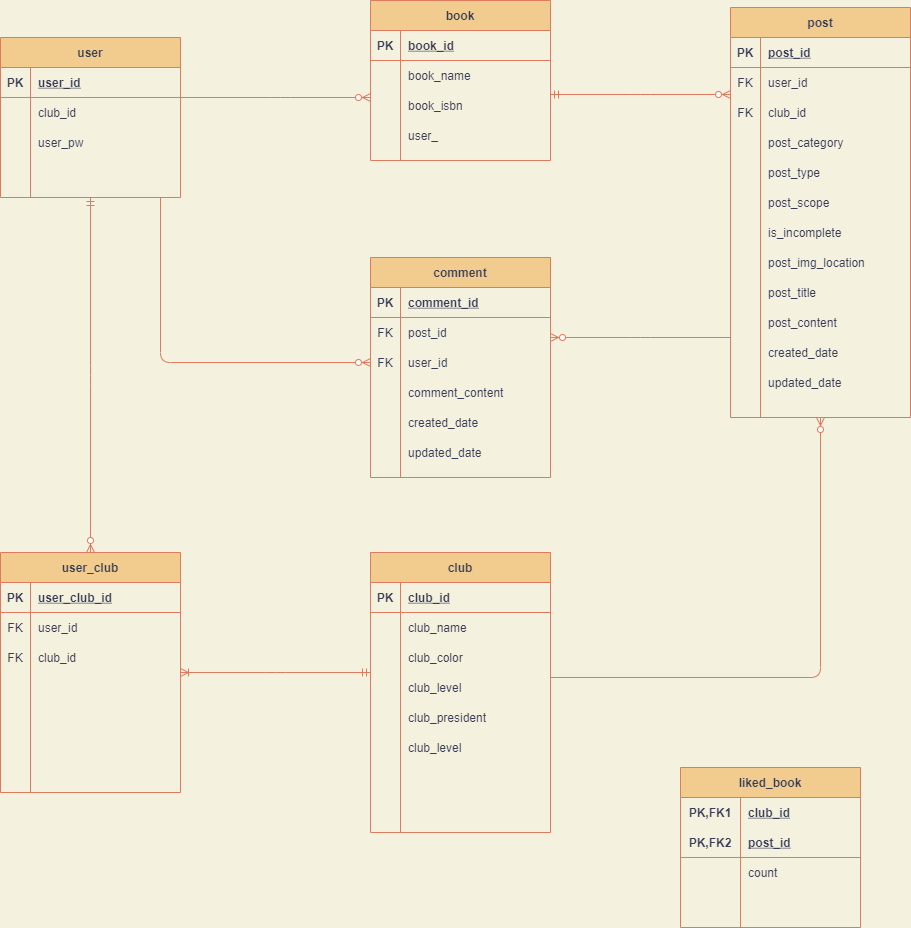
The draw.io diagram mangpo_ERD.png in CYC0227/mangpoERD, before a commit. Source tidied: cells renumbered, new cells last; positions are measured from the earlier drawing's top-left corner, leaving out a move shared by most shapes.
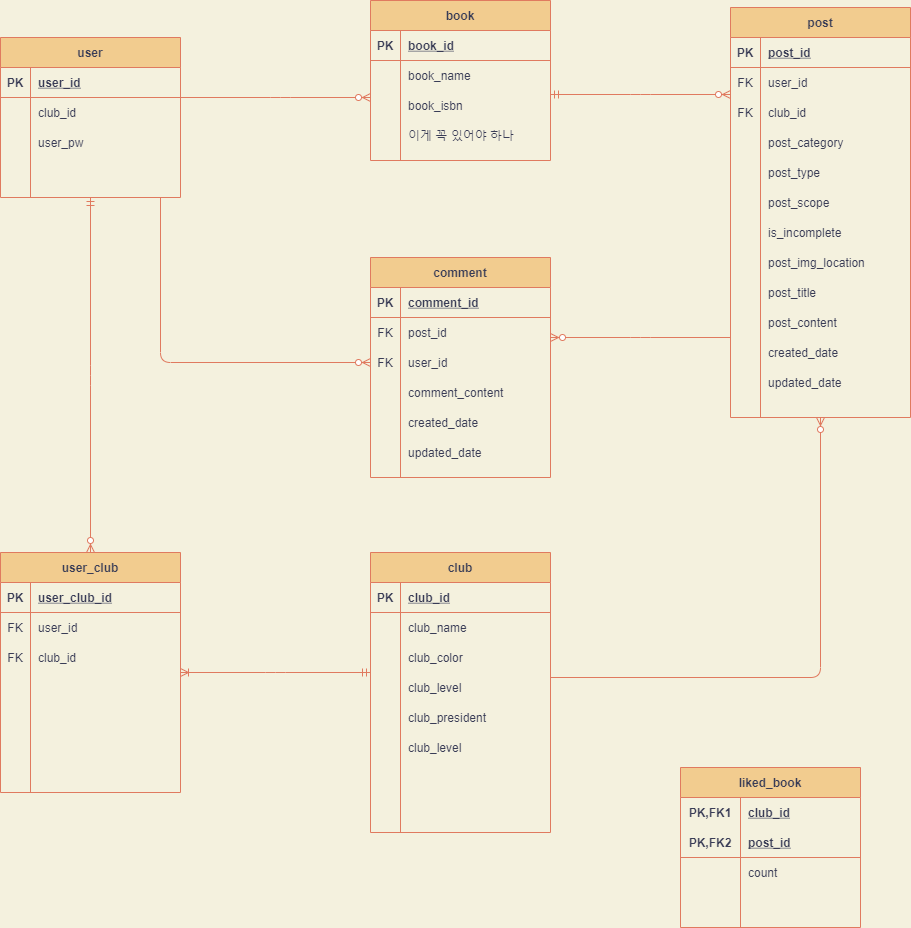
Later version of the same file.

What changed in the source:
```diff
@@ -462,7 +462,7 @@
     <mxCell id="151" style="shape=partialRectangle;fillColor=none;top=0;left=0;bottom=0;right=0;overflow=hidden;strokeColor=#E07A5F;fontColor=#393C56;" parent="150" vertex="1">
       <mxGeometry width="30" height="30" as="geometry" />
     </mxCell>
-    <mxCell id="152" value="user_" style="shape=partialRectangle;fillColor=none;top=0;left=0;bottom=0;right=0;align=left;spacingLeft=6;overflow=hidden;strokeColor=#E07A5F;fontColor=#393C56;" parent="150" vertex="1">
+    <mxCell id="152" value="이게 꼭 있어야 하나" style="shape=partialRectangle;fillColor=none;top=0;left=0;bottom=0;right=0;align=left;spacingLeft=6;overflow=hidden;strokeColor=#E07A5F;fontColor=#393C56;" parent="150" vertex="1">
       <mxGeometry x="30" width="150" height="30" as="geometry" />
     </mxCell>
     <mxCell id="153" style="edgeStyle=elbowEdgeStyle;fontSize=12;html=1;endArrow=ERzeroToMany;endFill=1;elbow=vertical;strokeColor=#E07A5F;fontColor=#393C56;labelBackgroundColor=#F4F1DE;" parent="1" edge="1" source="2" target="140">
```
